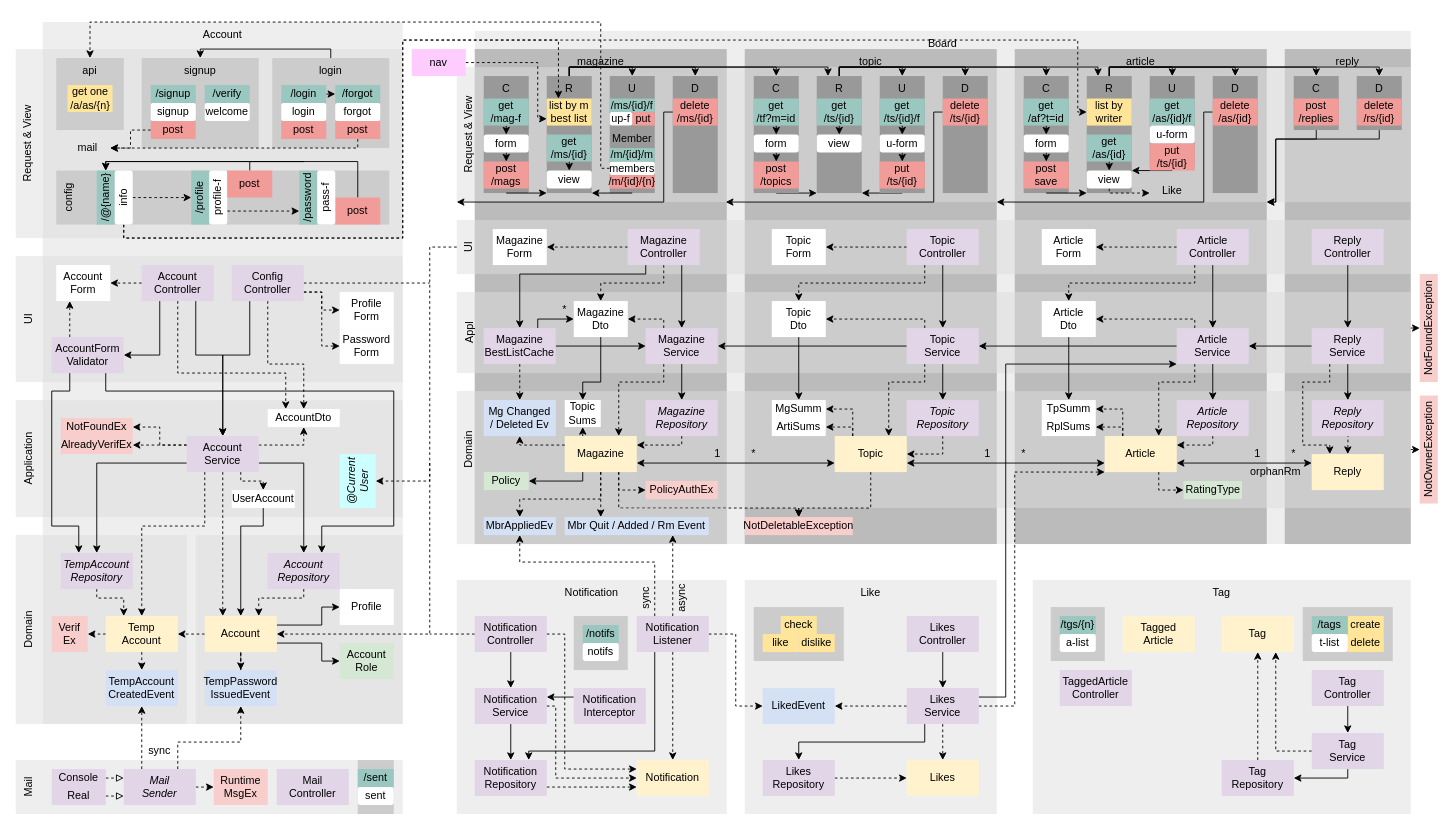
Before: diagram.drawio in suloginscene/dinner, a draw.io diagram. Source tidied: cells renumbered, new cells numbered last; positions are measured from the earlier drawing's top-left corner, leaving out a move shared by most shapes. Both pictures are drawn from the tidied source at 90%, with x=0, y=0 at pixel (15, 22).
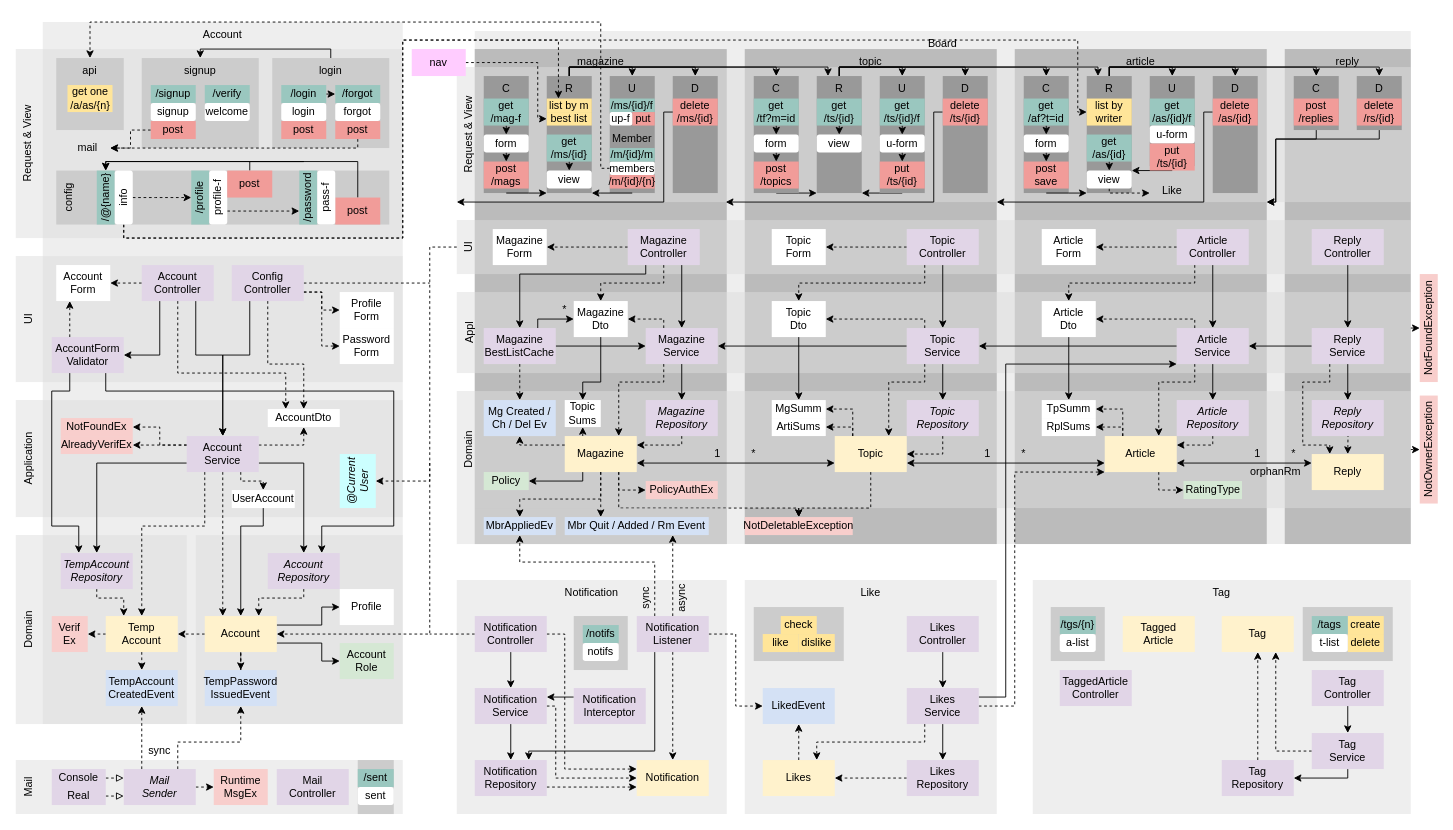
The same page after the edit.

Unchanged cells that the change refers to:
```xml
<mxCell id="167" value="Article" style="rounded=0;whiteSpace=wrap;html=1;strokeColor=none;fillColor=#FFF2CC;" parent="1" vertex="1">
  <mxGeometry x="1210" y="460" width="80" height="40" as="geometry" />
</mxCell>
<mxCell id="305" value="Likes&lt;br&gt;Service" style="rounded=0;whiteSpace=wrap;html=1;strokeColor=none;fillColor=#E1D5E7;" parent="1" vertex="1">
  <mxGeometry x="990" y="740" width="80" height="40" as="geometry" />
</mxCell>
<mxCell id="313" value="LikedEvent" style="rounded=0;whiteSpace=wrap;html=1;strokeColor=none;fillColor=#D4E1F5;" parent="1" vertex="1">
  <mxGeometry x="830" y="740" width="80" height="40" as="geometry" />
</mxCell>
```

Diff of the diagram source:
```diff
@@
-    <mxCell id="280" value="Mg&amp;nbsp;Changed&lt;br&gt;/ Deleted Ev" style="rounded=0;whiteSpace=wrap;html=1;strokeColor=none;fillColor=#D4E1F5;" parent="1" vertex="1">
+    <mxCell id="280" value="Mg Created /&lt;br&gt;Ch /&amp;nbsp;Del Ev" style="rounded=0;whiteSpace=wrap;html=1;strokeColor=none;fillColor=#D4E1F5;" parent="1" vertex="1">
       <mxGeometry x="520" y="420" width="80" height="40" as="geometry" />
     </mxCell>
@@
+    <mxCell id="371" style="edgeStyle=orthogonalEdgeStyle;rounded=0;jettySize=auto;html=1;exitX=0.5;exitY=0;exitDx=0;exitDy=0;entryX=0.5;entryY=1;entryDx=0;entryDy=0;dashed=1;" parent="1" edge="1" source="297" target="313">
+      <mxGeometry relative="1" as="geometry" />
+    </mxCell>
     <mxCell id="297" value="Likes" style="rounded=0;whiteSpace=wrap;html=1;strokeColor=none;fillColor=#FFF2CC;" parent="1" vertex="1">
-      <mxGeometry x="990" y="820" width="80" height="40" as="geometry" />
+      <mxGeometry x="830" y="820" width="80" height="40" as="geometry" />
     </mxCell>
@@
-    <mxCell id="300" style="edgeStyle=orthogonalEdgeStyle;rounded=0;jettySize=auto;html=1;exitX=0.25;exitY=1;exitDx=0;exitDy=0;entryX=0.5;entryY=0;entryDx=0;entryDy=0;endArrow=classic;endFill=1;" parent="1" edge="1" source="305" target="307">
+    <mxCell id="300" style="edgeStyle=orthogonalEdgeStyle;rounded=0;jettySize=auto;html=1;exitX=0.5;exitY=1;exitDx=0;exitDy=0;entryX=0.5;entryY=0;entryDx=0;entryDy=0;endArrow=classic;endFill=1;" parent="1" edge="1" source="305" target="307">
       <mxGeometry relative="1" as="geometry" />
     </mxCell>
@@
-    <mxCell id="302" style="edgeStyle=orthogonalEdgeStyle;rounded=0;jettySize=auto;html=1;exitX=0;exitY=0.5;exitDx=0;exitDy=0;entryX=1;entryY=0.5;entryDx=0;entryDy=0;dashed=1;" parent="1" edge="1" source="305" target="313">
-      <mxGeometry relative="1" as="geometry">
-        <Array as="points">
-          <mxPoint x="970" y="760" />
-          <mxPoint x="970" y="760" />
-        </Array>
-      </mxGeometry>
-    </mxCell>
+    <mxCell id="304" style="edgeStyle=orthogonalEdgeStyle;rounded=0;jettySize=auto;html=1;exitX=1;exitY=0.5;exitDx=0;exitDy=0;entryX=0;entryY=1;entryDx=0;entryDy=0;dashed=1;" parent="1" edge="1" source="305" target="167">
+      <mxGeometry relative="1" as="geometry">
+        <Array as="points">
+          <mxPoint x="1110" y="760" />
+          <mxPoint x="1110" y="500" />
+        </Array>
+      </mxGeometry>
+    </mxCell>
-    <mxCell id="303" style="edgeStyle=orthogonalEdgeStyle;rounded=0;jettySize=auto;html=1;exitX=0.5;exitY=1;exitDx=0;exitDy=0;dashed=1;" parent="1" edge="1" source="305" target="297">
+    <mxCell id="303" style="edgeStyle=orthogonalEdgeStyle;rounded=0;jettySize=auto;html=1;exitX=0.25;exitY=1;exitDx=0;exitDy=0;entryX=0.75;entryY=0;entryDx=0;entryDy=0;dashed=1;" parent="1" edge="1" source="305" target="297">
       <mxGeometry relative="1" as="geometry" />
     </mxCell>
-    <mxCell id="304" style="edgeStyle=orthogonalEdgeStyle;rounded=0;jettySize=auto;html=1;exitX=1;exitY=0.5;exitDx=0;exitDy=0;entryX=0;entryY=1;entryDx=0;entryDy=0;dashed=1;" parent="1" edge="1" source="305" target="167">
-      <mxGeometry relative="1" as="geometry">
-        <Array as="points">
-          <mxPoint x="1110" y="760" />
-          <mxPoint x="1110" y="500" />
-        </Array>
-      </mxGeometry>
-    </mxCell>
@@
-    <mxCell id="306" style="edgeStyle=orthogonalEdgeStyle;rounded=0;jettySize=auto;html=1;exitX=1;exitY=0.5;exitDx=0;exitDy=0;endArrow=classic;endFill=1;dashed=1;" parent="1" edge="1" source="307" target="297">
+    <mxCell id="306" style="edgeStyle=orthogonalEdgeStyle;rounded=0;jettySize=auto;html=1;exitX=0;exitY=0.5;exitDx=0;exitDy=0;entryX=1;entryY=0.5;entryDx=0;entryDy=0;dashed=1;" parent="1" edge="1" source="307" target="297">
       <mxGeometry relative="1" as="geometry" />
     </mxCell>
     <mxCell id="307" value="Likes&lt;br&gt;Repository" style="rounded=0;whiteSpace=wrap;html=1;strokeColor=none;fillColor=#E1D5E7;" parent="1" vertex="1">
-      <mxGeometry x="830" y="820" width="80" height="40" as="geometry" />
+      <mxGeometry x="990" y="820" width="80" height="40" as="geometry" />
     </mxCell>
```
